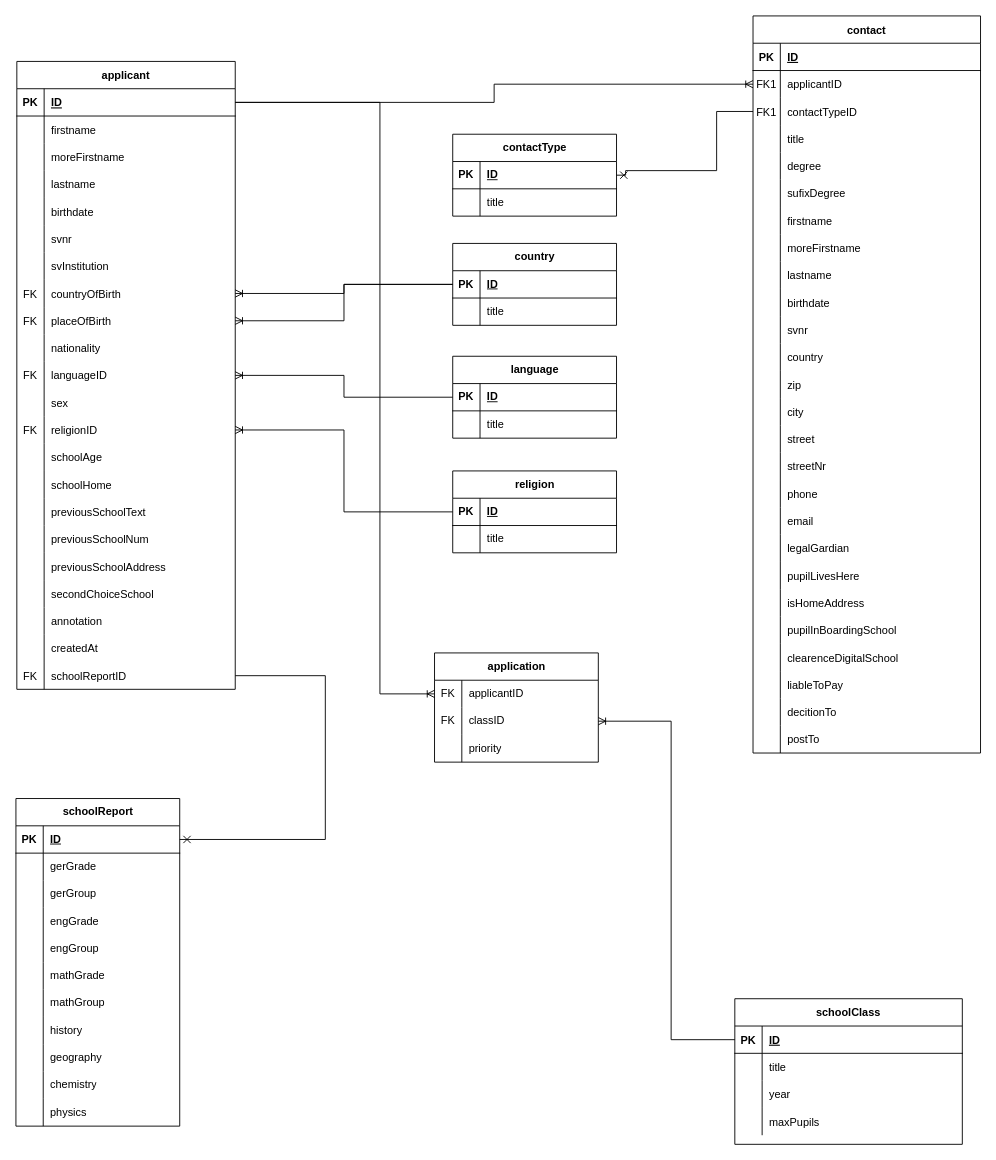
This is db-modell/htl_application.drawio from htl-saalfelden-duft/htl-application, a draw.io file, before an edit. Source tidied: cells renumbered, new cells numbered last; positions are measured from the earlier drawing's top-left corner, leaving out a move shared by most shapes. Both pictures are drawn from the tidied source at 91%, with x=0, y=0 at pixel (15, 15).
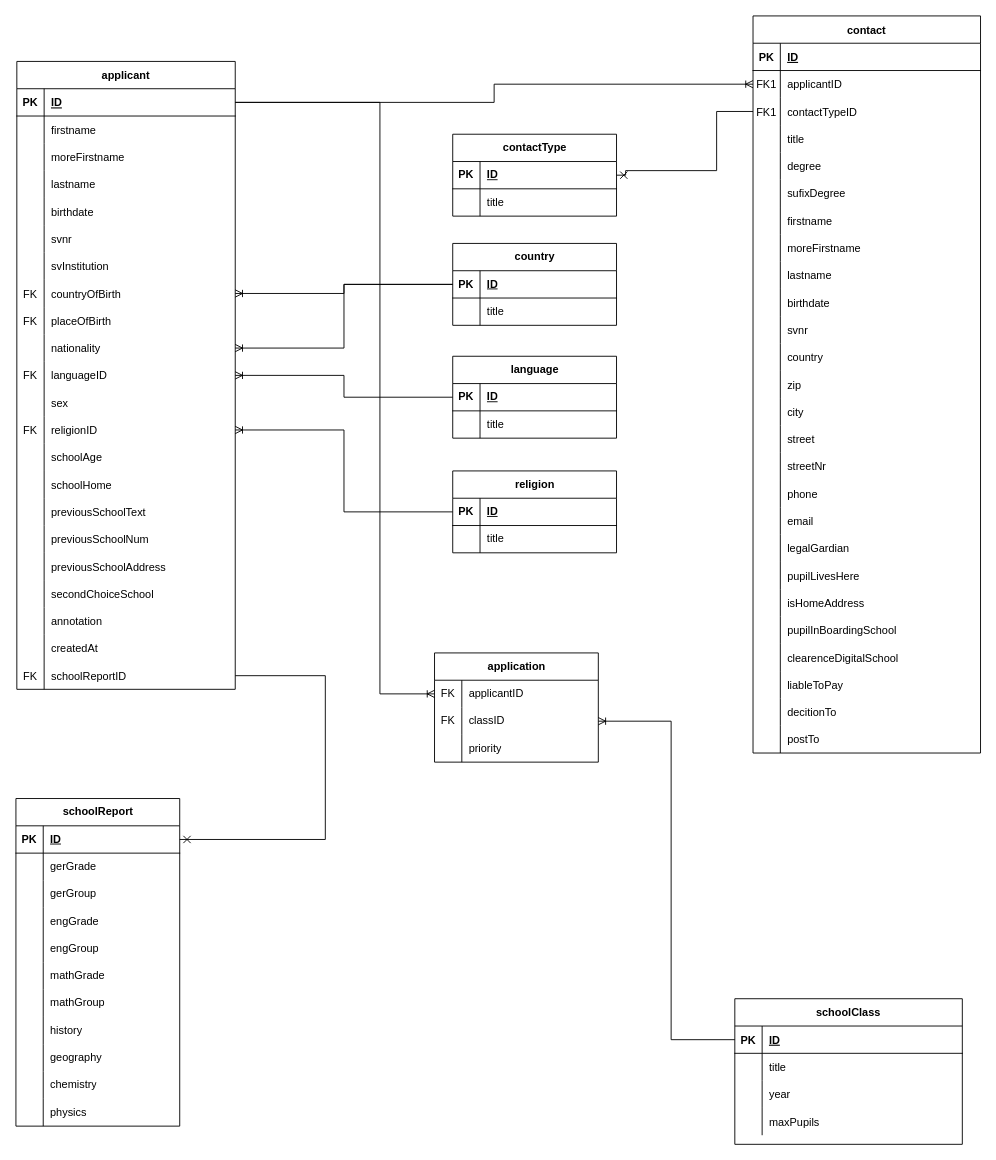
The same diagram, later.

Unchanged cells that the change refers to:
```xml
<mxCell id="119" style="shape=tableRow;horizontal=0;startSize=0;swimlaneHead=0;swimlaneBody=0;fillColor=none;points=[[0,0.5],[1,0.5]];portConstraint=eastwest;top=0;left=0;right=0;bottom=0;" parent="94" vertex="1">
  <mxGeometry y="270" width="240" height="30" as="geometry" />
</mxCell>
<mxCell id="122" style="shape=tableRow;horizontal=0;startSize=0;swimlaneHead=0;swimlaneBody=0;fillColor=none;points=[[0,0.5],[1,0.5]];portConstraint=eastwest;top=0;left=0;right=0;bottom=0;" parent="94" vertex="1">
  <mxGeometry y="300" width="240" height="30" as="geometry" />
</mxCell>
<mxCell id="218" style="shape=tableRow;horizontal=0;startSize=0;swimlaneHead=0;swimlaneBody=0;fillColor=none;points=[[0,0.5],[1,0.5]];portConstraint=eastwest;top=0;left=0;right=0;bottom=1;" parent="217" vertex="1">
  <mxGeometry y="30" width="180" height="30" as="geometry" />
</mxCell>
```

Change to the diagram source:
```diff
@@
-    <mxCell id="241" style="edgeStyle=orthogonalEdgeStyle;rounded=0;jettySize=auto;html=1;exitX=0;exitY=0.5;exitDx=0;exitDy=0;entryX=1;entryY=0.5;entryDx=0;entryDy=0;endArrow=ERoneToMany;endFill=0;" parent="1" edge="1" source="218" target="119">
+    <mxCell id="241" style="edgeStyle=orthogonalEdgeStyle;rounded=0;jettySize=auto;html=1;exitX=0;exitY=0.5;exitDx=0;exitDy=0;entryX=1;entryY=0.5;entryDx=0;entryDy=0;endArrow=ERoneToMany;endFill=0;" parent="1" edge="1" source="218" target="122">
       <mxGeometry relative="1" as="geometry" />
     </mxCell>
```
